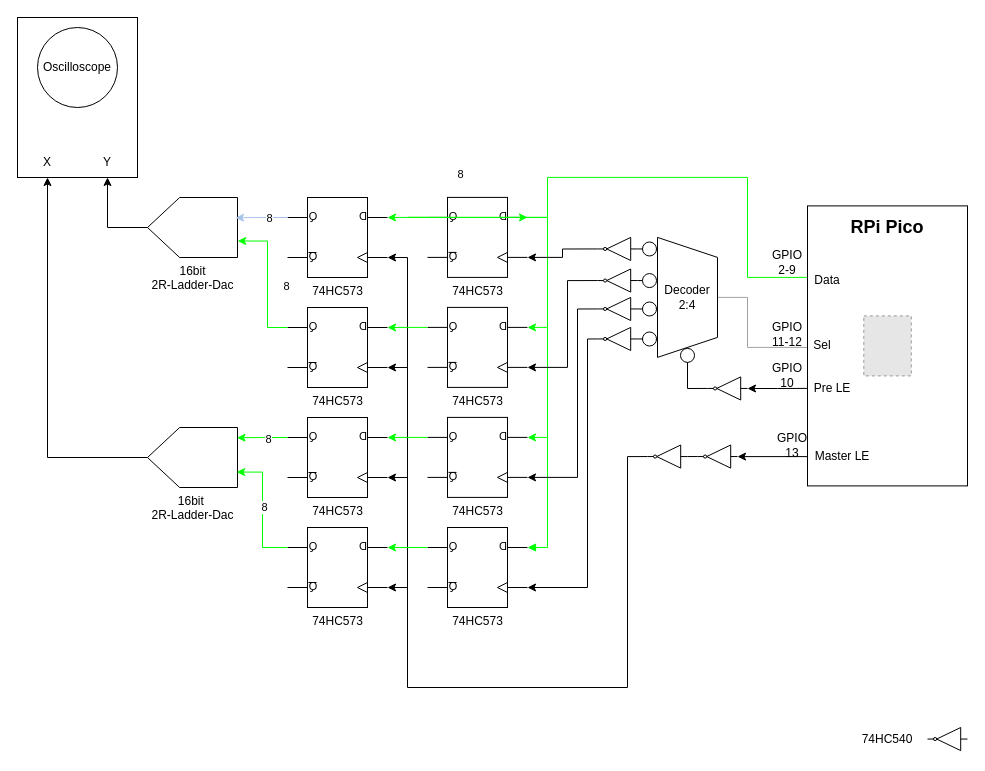
Above: docs/HardwareSystemDiagram.drawio in AlexanderHD27/oscilloscope-rendering (draw.io), before the change. Source tidied: cells renumbered, new cells numbered last; positions are measured from the earlier drawing's top-left corner, leaving out a move shared by most shapes. Both pictures are drawn from the tidied source at 100%, with x=0, y=0 at pixel (17, 17). Pictures stored in the file or linked from it are replaced by grey dashed boxes.
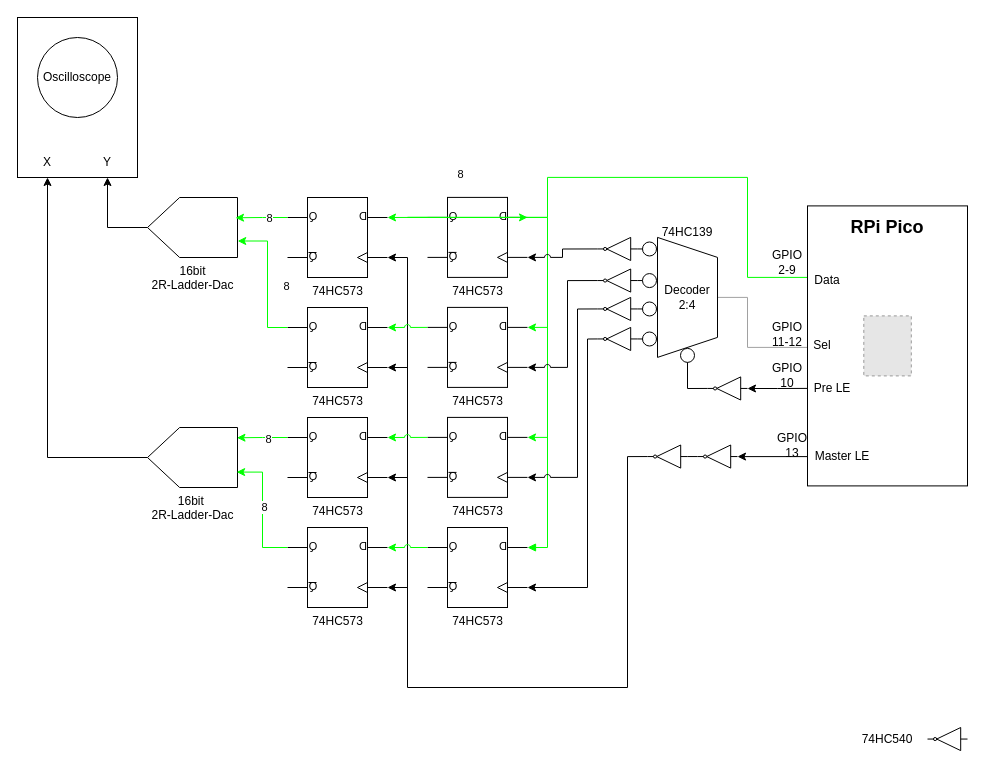
The same diagram, later.

Commit message (it also covers changes not shown here):
Fixed missing label in HardwareSystemDiagram

Unchanged cells that the change refers to:
```xml
<mxCell id="7" value="&lt;div&gt;16bit&lt;/div&gt;&lt;div&gt;2R-Ladder-Dac&lt;/div&gt;" style="verticalLabelPosition=bottom;shadow=0;dashed=0;align=center;html=1;verticalAlign=top;shape=mxgraph.electrical.abstract.dac;rotation=0;flipH=1;direction=east;" parent="1" vertex="1">
  <mxGeometry x="130" y="180" width="90" height="60" as="geometry" />
</mxCell>
<mxCell id="13" value="&lt;div&gt;74HC573&lt;/div&gt;" style="verticalLabelPosition=bottom;shadow=0;dashed=0;align=center;html=1;verticalAlign=top;shape=mxgraph.electrical.logic_gates.d_type_flip-flop;flipH=1;" parent="1" vertex="1">
  <mxGeometry x="410" y="179.9" width="100" height="80" as="geometry" />
</mxCell>
<mxCell id="15" value="74HC573" style="verticalLabelPosition=bottom;shadow=0;dashed=0;align=center;html=1;verticalAlign=top;shape=mxgraph.electrical.logic_gates.d_type_flip-flop;flipH=1;" parent="1" vertex="1">
  <mxGeometry x="410" y="289.9" width="100" height="80" as="geometry" />
</mxCell>
<mxCell id="17" value="&lt;div&gt;74HC573&lt;/div&gt;&lt;div&gt;&lt;br&gt;&lt;/div&gt;" style="verticalLabelPosition=bottom;shadow=0;dashed=0;align=center;html=1;verticalAlign=top;shape=mxgraph.electrical.logic_gates.d_type_flip-flop;flipH=1;" parent="1" vertex="1">
  <mxGeometry x="410" y="399.9" width="100" height="80" as="geometry" />
</mxCell>
<mxCell id="20" value="74HC573" style="verticalLabelPosition=bottom;shadow=0;dashed=0;align=center;html=1;verticalAlign=top;shape=mxgraph.electrical.logic_gates.d_type_flip-flop;flipH=1;" parent="1" vertex="1">
  <mxGeometry x="410" y="510" width="100" height="80" as="geometry" />
</mxCell>
<mxCell id="26" value="&lt;div&gt;74HC573&lt;/div&gt;" style="verticalLabelPosition=bottom;shadow=0;dashed=0;align=center;html=1;verticalAlign=top;shape=mxgraph.electrical.logic_gates.d_type_flip-flop;flipH=1;" parent="1" vertex="1">
  <mxGeometry x="270" y="180" width="100" height="80" as="geometry" />
</mxCell>
<mxCell id="28" value="&lt;div&gt;74HC573&lt;/div&gt;" style="verticalLabelPosition=bottom;shadow=0;dashed=0;align=center;html=1;verticalAlign=top;shape=mxgraph.electrical.logic_gates.d_type_flip-flop;flipH=1;" parent="1" vertex="1">
  <mxGeometry x="270" y="290" width="100" height="80" as="geometry" />
</mxCell>
<mxCell id="30" value="&lt;div&gt;74HC573&lt;/div&gt;" style="verticalLabelPosition=bottom;shadow=0;dashed=0;align=center;html=1;verticalAlign=top;shape=mxgraph.electrical.logic_gates.d_type_flip-flop;flipH=1;" parent="1" vertex="1">
  <mxGeometry x="270" y="400" width="100" height="80" as="geometry" />
</mxCell>
<mxCell id="32" value="&lt;div&gt;74HC573&lt;/div&gt;" style="verticalLabelPosition=bottom;shadow=0;dashed=0;align=center;html=1;verticalAlign=top;shape=mxgraph.electrical.logic_gates.d_type_flip-flop;flipH=1;" parent="1" vertex="1">
  <mxGeometry x="270" y="510" width="100" height="80" as="geometry" />
</mxCell>
<mxCell id="52" style="verticalLabelPosition=bottom;shadow=0;dashed=0;align=center;html=1;verticalAlign=top;shape=mxgraph.electrical.logic_gates.inverter_2;flipH=1;" parent="1" vertex="1">
  <mxGeometry x="580" y="279.9" width="40" height="23.1" as="geometry" />
</mxCell>
<mxCell id="54" style="verticalLabelPosition=bottom;shadow=0;dashed=0;align=center;html=1;verticalAlign=top;shape=mxgraph.electrical.logic_gates.inverter_2;flipH=1;" parent="1" vertex="1">
  <mxGeometry x="580" y="251.5" width="40" height="23.1" as="geometry" />
</mxCell>
<mxCell id="55" style="verticalLabelPosition=bottom;shadow=0;dashed=0;align=center;html=1;verticalAlign=top;shape=mxgraph.electrical.logic_gates.inverter_2;flipH=1;" parent="1" vertex="1">
  <mxGeometry x="580" y="219.9" width="40" height="23.1" as="geometry" />
</mxCell>
<mxCell id="65" style="verticalLabelPosition=bottom;shadow=0;dashed=0;align=center;html=1;verticalAlign=top;shape=mxgraph.electrical.logic_gates.inverter_2;flipH=1;" parent="1" vertex="1">
  <mxGeometry x="630" y="427.5" width="40" height="23.1" as="geometry" />
</mxCell>
```

The edit, as a diff of the source:
```diff
@@
     <mxCell id="3" value="Oscilloscope" style="ellipse;whiteSpace=wrap;html=1;" parent="1" vertex="1">
-      <mxGeometry x="20" y="10" width="80" height="80" as="geometry" />
+      <mxGeometry x="20" y="20" width="80" height="80" as="geometry" />
     </mxCell>
@@
     <mxCell id="16" style="edgeStyle=orthogonalEdgeStyle;rounded=0;jettySize=auto;html=1;exitX=0;exitY=0.25;exitDx=0;exitDy=0;exitPerimeter=0;endArrow=none;endFill=0;strokeColor=#00ff00;startArrow=classic;startFill=1;" parent="1" edge="1" source="17">
       <mxGeometry relative="1" as="geometry">
-        <mxPoint x="530" y="399.9" as="targetPoint" />
+        <mxPoint x="530" y="420" as="targetPoint" />
       </mxGeometry>
     </mxCell>
@@
-    <mxCell id="18" style="edgeStyle=orthogonalEdgeStyle;rounded=0;jettySize=auto;html=1;exitX=0;exitY=0.25;exitDx=0;exitDy=0;exitPerimeter=0;endArrow=classic;endFill=1;entryX=0;entryY=0.25;entryDx=0;entryDy=0;entryPerimeter=0;strokeColor=#00ff00;startArrow=block;startFill=1;" parent="1" edge="1" source="20" target="13">
+    <mxCell id="18" style="edgeStyle=orthogonalEdgeStyle;rounded=0;jettySize=auto;html=1;exitX=0;exitY=0.25;exitDx=0;exitDy=0;exitPerimeter=0;endArrow=classic;endFill=1;entryX=0;entryY=0.25;entryDx=0;entryDy=0;entryPerimeter=0;strokeColor=#00ff00;startArrow=block;startFill=1;jumpStyle=none;jumpSize=5;" parent="1" edge="1" source="20" target="13">
       <mxGeometry relative="1" as="geometry" />
     </mxCell>
@@
+    <mxCell id="25" style="edgeStyle=orthogonalEdgeStyle;rounded=0;jettySize=auto;html=1;exitX=0;exitY=0.75;exitDx=0;exitDy=0;exitPerimeter=0;startArrow=classic;startFill=1;endArrow=none;endFill=0;entryX=1;entryY=0.5;entryDx=0;entryDy=0;entryPerimeter=0;" parent="1" edge="1" source="26" target="65">
+      <mxGeometry relative="1" as="geometry">
+        <Array as="points">
+          <mxPoint x="390" y="240" />
+          <mxPoint x="390" y="670" />
+          <mxPoint x="610" y="670" />
+          <mxPoint x="610" y="439" />
+        </Array>
+      </mxGeometry>
+    </mxCell>
@@
-    <mxCell id="25" style="edgeStyle=orthogonalEdgeStyle;rounded=0;jettySize=auto;html=1;exitX=0;exitY=0.75;exitDx=0;exitDy=0;exitPerimeter=0;startArrow=classic;startFill=1;endArrow=none;endFill=0;entryX=1;entryY=0.5;entryDx=0;entryDy=0;entryPerimeter=0;" parent="1" edge="1" source="26" target="65">
-      <mxGeometry relative="1" as="geometry">
-        <Array as="points">
-          <mxPoint x="390" y="240" />
-          <mxPoint x="390" y="670" />
-          <mxPoint x="610" y="670" />
-          <mxPoint x="610" y="439" />
-        </Array>
-      </mxGeometry>
-    </mxCell>
@@
-    <mxCell id="33" style="edgeStyle=orthogonalEdgeStyle;rounded=0;jettySize=auto;html=1;exitX=1;exitY=0.25;exitDx=0;exitDy=0;exitPerimeter=0;entryX=0.022;entryY=0.338;entryDx=0;entryDy=0;entryPerimeter=0;strokeColor=#A9C4EB;" parent="1" edge="1" source="26" target="7">
+    <mxCell id="33" style="edgeStyle=orthogonalEdgeStyle;rounded=0;jettySize=auto;html=1;exitX=1;exitY=0.25;exitDx=0;exitDy=0;exitPerimeter=0;entryX=0.022;entryY=0.338;entryDx=0;entryDy=0;entryPerimeter=0;strokeColor=#00ff00;" parent="1" edge="1" source="26" target="7">
       <mxGeometry relative="1" as="geometry" />
     </mxCell>
@@
-    <mxCell id="40" style="edgeStyle=orthogonalEdgeStyle;rounded=0;jettySize=auto;html=1;exitX=1;exitY=0.25;exitDx=0;exitDy=0;exitPerimeter=0;entryX=0;entryY=0.25;entryDx=0;entryDy=0;entryPerimeter=0;strokeColor=#00ff00;" parent="1" edge="1" source="20" target="32">
+    <mxCell id="40" style="edgeStyle=orthogonalEdgeStyle;rounded=0;jettySize=auto;html=1;exitX=1;exitY=0.25;exitDx=0;exitDy=0;exitPerimeter=0;entryX=0;entryY=0.25;entryDx=0;entryDy=0;entryPerimeter=0;strokeColor=#00ff00;jumpStyle=arc;" parent="1" edge="1" source="20" target="32">
       <mxGeometry relative="1" as="geometry" />
     </mxCell>
-    <mxCell id="41" style="edgeStyle=orthogonalEdgeStyle;rounded=0;jettySize=auto;html=1;exitX=1;exitY=0.25;exitDx=0;exitDy=0;exitPerimeter=0;entryX=0;entryY=0.25;entryDx=0;entryDy=0;entryPerimeter=0;strokeColor=#00ff00;" parent="1" edge="1" source="17" target="30">
+    <mxCell id="41" style="edgeStyle=orthogonalEdgeStyle;rounded=0;jettySize=auto;html=1;exitX=1;exitY=0.25;exitDx=0;exitDy=0;exitPerimeter=0;entryX=0;entryY=0.25;entryDx=0;entryDy=0;entryPerimeter=0;strokeColor=#00ff00;jumpStyle=arc;" parent="1" edge="1" source="17" target="30">
       <mxGeometry relative="1" as="geometry" />
     </mxCell>
-    <mxCell id="42" style="edgeStyle=orthogonalEdgeStyle;rounded=0;jettySize=auto;html=1;exitX=1;exitY=0.25;exitDx=0;exitDy=0;exitPerimeter=0;entryX=0;entryY=0.25;entryDx=0;entryDy=0;entryPerimeter=0;strokeColor=#00ff00;" parent="1" edge="1" source="15" target="28">
+    <mxCell id="42" style="edgeStyle=orthogonalEdgeStyle;rounded=0;jettySize=auto;html=1;exitX=1;exitY=0.25;exitDx=0;exitDy=0;exitPerimeter=0;entryX=0;entryY=0.25;entryDx=0;entryDy=0;entryPerimeter=0;strokeColor=#00ff00;jumpStyle=arc;" parent="1" edge="1" source="15" target="28">
       <mxGeometry relative="1" as="geometry" />
     </mxCell>
-    <mxCell id="43" style="edgeStyle=orthogonalEdgeStyle;rounded=0;jettySize=auto;html=1;exitX=1;exitY=0.25;exitDx=0;exitDy=0;exitPerimeter=0;entryX=0;entryY=0.25;entryDx=0;entryDy=0;entryPerimeter=0;strokeColor=#00ff00;" parent="1" edge="1" source="13" target="26">
+    <mxCell id="43" style="edgeStyle=orthogonalEdgeStyle;rounded=0;jettySize=auto;html=1;exitX=1;exitY=0.25;exitDx=0;exitDy=0;exitPerimeter=0;entryX=0;entryY=0.25;entryDx=0;entryDy=0;entryPerimeter=0;strokeColor=#00ff00;jumpStyle=arc;" parent="1" edge="1" source="13" target="26">
       <mxGeometry relative="1" as="geometry" />
     </mxCell>
@@
-    <mxCell id="60" style="edgeStyle=orthogonalEdgeStyle;rounded=0;jettySize=auto;html=1;exitX=1;exitY=0.5;exitDx=0;exitDy=0;exitPerimeter=0;entryX=0;entryY=0.75;entryDx=0;entryDy=0;entryPerimeter=0;" parent="1" edge="1" source="55" target="13">
+    <mxCell id="60" style="edgeStyle=orthogonalEdgeStyle;rounded=0;jettySize=auto;html=1;exitX=1;exitY=0.5;exitDx=0;exitDy=0;exitPerimeter=0;entryX=0;entryY=0.75;entryDx=0;entryDy=0;entryPerimeter=0;jumpStyle=arc;" parent="1" edge="1" source="55" target="13">
       <mxGeometry relative="1" as="geometry" />
     </mxCell>
-    <mxCell id="61" style="edgeStyle=orthogonalEdgeStyle;rounded=0;jettySize=auto;html=1;exitX=1;exitY=0.5;exitDx=0;exitDy=0;exitPerimeter=0;entryX=0;entryY=0.75;entryDx=0;entryDy=0;entryPerimeter=0;" parent="1" edge="1" source="54" target="15">
+    <mxCell id="61" style="edgeStyle=orthogonalEdgeStyle;rounded=0;jettySize=auto;html=1;exitX=1;exitY=0.5;exitDx=0;exitDy=0;exitPerimeter=0;entryX=0;entryY=0.75;entryDx=0;entryDy=0;entryPerimeter=0;jumpStyle=arc;" parent="1" edge="1" source="54" target="15">
       <mxGeometry relative="1" as="geometry">
         <Array as="points">
           <mxPoint x="550" y="263" />
           <mxPoint x="550" y="350" />
         </Array>
       </mxGeometry>
     </mxCell>
-    <mxCell id="62" style="edgeStyle=orthogonalEdgeStyle;rounded=0;jettySize=auto;html=1;exitX=1;exitY=0.5;exitDx=0;exitDy=0;exitPerimeter=0;entryX=0;entryY=0.75;entryDx=0;entryDy=0;entryPerimeter=0;" parent="1" edge="1" source="52" target="17">
+    <mxCell id="62" style="edgeStyle=orthogonalEdgeStyle;rounded=0;jettySize=auto;html=1;exitX=1;exitY=0.5;exitDx=0;exitDy=0;exitPerimeter=0;entryX=0;entryY=0.75;entryDx=0;entryDy=0;entryPerimeter=0;jumpStyle=arc;" parent="1" edge="1" source="52" target="17">
       <mxGeometry relative="1" as="geometry">
         <Array as="points">
           <mxPoint x="560" y="292" />
           <mxPoint x="560" y="460" />
         </Array>
       </mxGeometry>
     </mxCell>
@@
+    <mxCell id="73" value="74HC139" style="text;html=1;strokeColor=none;fillColor=none;align=center;verticalAlign=middle;whiteSpace=wrap;rounded=0;" parent="1" vertex="1">
+      <mxGeometry x="640" y="204.9" width="60" height="20.1" as="geometry" />
+    </mxCell>
```
